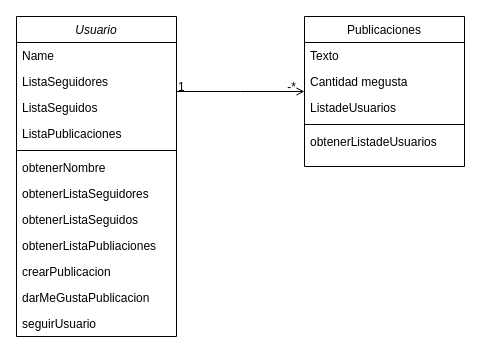
Before: redsocial.drawio in AgustinaFontana/1prueba, a draw.io diagram. Source tidied: cells renumbered, new cells numbered last; positions are measured from the earlier drawing's top-left corner, leaving out a move shared by most shapes. Both pictures are drawn from the tidied source at 100%, with x=0, y=0 at pixel (16, 16).
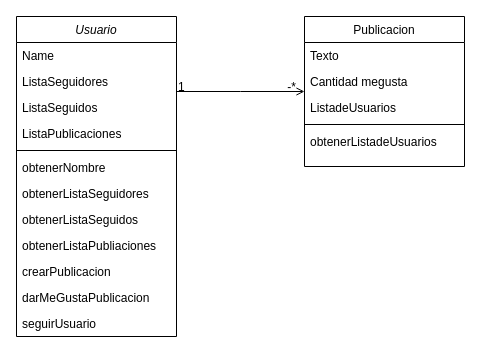
The same diagram, later.

Diff of the diagram source:
```diff
@@
-    <mxCell id="15" value="Publicaciones" style="swimlane;fontStyle=0;align=center;verticalAlign=top;horizontal=1;startSize=26;rounded=0;shadow=0;strokeWidth=1;" parent="1" vertex="1">
+    <mxCell id="15" value="Publicacion" style="swimlane;fontStyle=0;align=center;verticalAlign=top;horizontal=1;startSize=26;rounded=0;shadow=0;strokeWidth=1;" parent="1" vertex="1">
       <mxGeometry x="288" width="160" height="150" as="geometry" />
     </mxCell>
```
